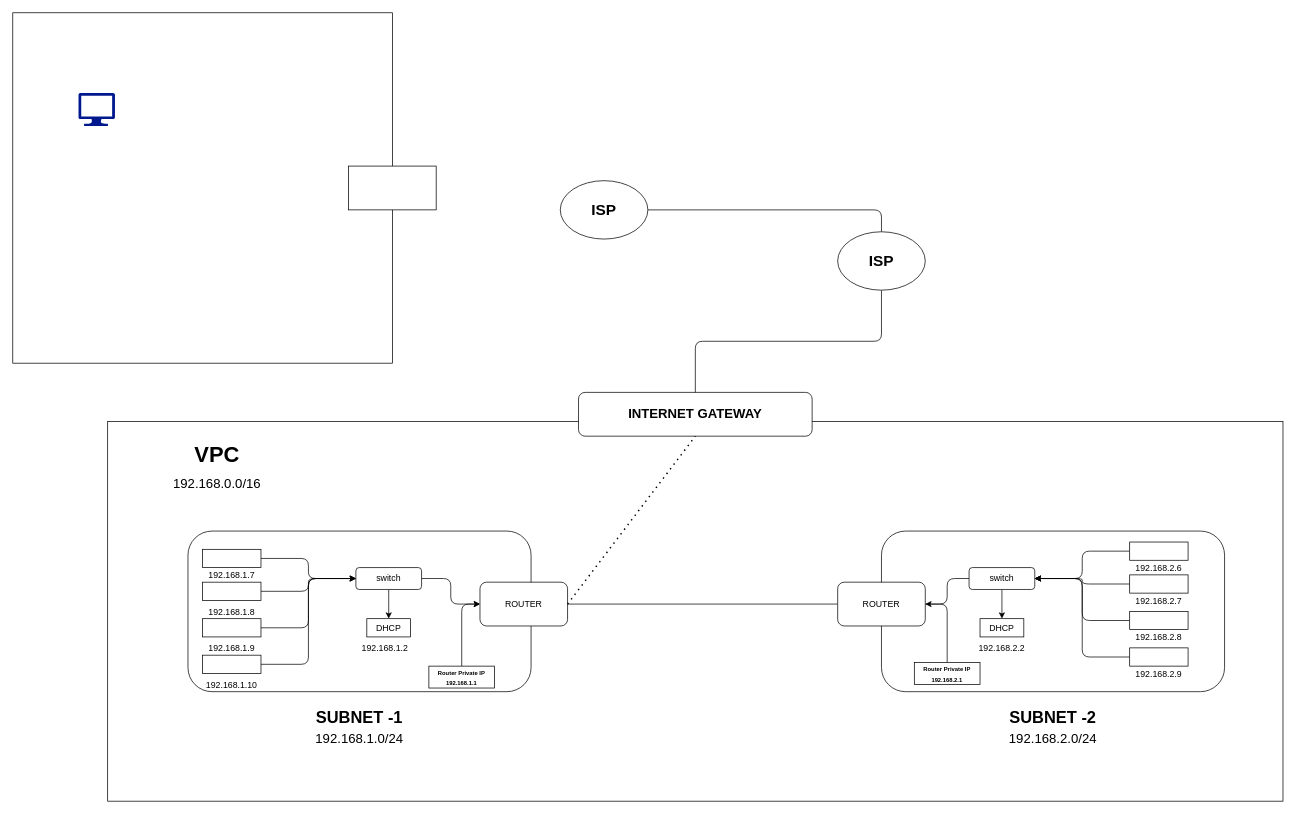
Earlier version of the draw.io diagram Untitled Diagram.drawio (ashishworkspace/aws-diagram). Source tidied: cells renumbered, new cells numbered last; positions are measured from the earlier drawing's top-left corner, leaving out a move shared by most shapes. Both pictures are drawn from the tidied source at 73%, with x=0, y=0 at pixel (12, 12).
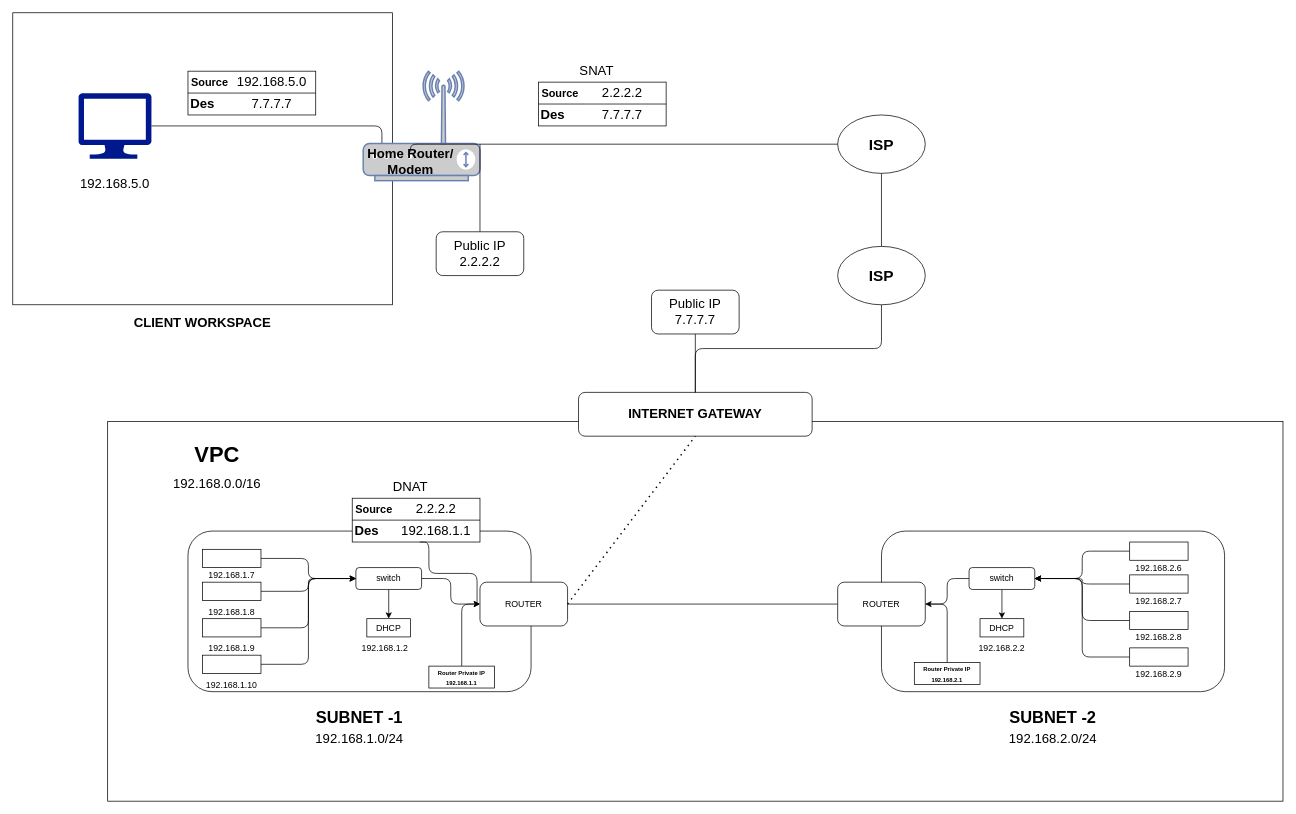
The same diagram, later.

Unchanged cells that the change refers to:
```xml
<mxCell id="46" value="&lt;h2&gt;&lt;font style=&quot;font-size: 18px&quot;&gt;INTERNET GATEWAY&lt;/font&gt;&lt;/h2&gt;" style="rounded=1;whiteSpace=wrap;html=1;fontSize=8;" parent="1" vertex="1">
  <mxGeometry x="775" y="520" width="320" height="60" as="geometry" />
</mxCell>
```

Diff of the diagram source:
```diff
@@
-    <mxCell id="55" style="edgeStyle=orthogonalEdgeStyle;rounded=1;jettySize=auto;html=1;exitX=0.5;exitY=0;exitDx=0;exitDy=0;entryX=1;entryY=0.5;entryDx=0;entryDy=0;fontSize=18;endArrow=none;endFill=0;" parent="1" edge="1" source="56" target="57">
-      <mxGeometry relative="1" as="geometry" />
+    <mxCell id="55" style="edgeStyle=orthogonalEdgeStyle;rounded=1;jettySize=auto;html=1;exitX=0.5;exitY=0;exitDx=0;exitDy=0;entryX=0.5;entryY=1;entryDx=0;entryDy=0;fontSize=18;endArrow=none;endFill=0;" parent="1" edge="1" source="56" target="57">
+      <mxGeometry relative="1" as="geometry">
+        <Array as="points">
+          <mxPoint x="1190" y="160" />
+        </Array>
+      </mxGeometry>
     </mxCell>
     <mxCell id="56" value="&lt;h3&gt;ISP&lt;/h3&gt;" style="ellipse;whiteSpace=wrap;html=1;fontSize=18;" parent="1" vertex="1">
-      <mxGeometry x="1130" y="300" width="120" height="80" as="geometry" />
+      <mxGeometry x="1130" y="320" width="120" height="80" as="geometry" />
     </mxCell>
     <mxCell id="57" value="&lt;h3&gt;ISP&lt;/h3&gt;" style="ellipse;whiteSpace=wrap;html=1;fontSize=18;" parent="1" vertex="1">
-      <mxGeometry x="750" y="230" width="120" height="80" as="geometry" />
+      <mxGeometry x="1130" y="140" width="120" height="80" as="geometry" />
     </mxCell>
     <mxCell id="58" style="rounded=0;whiteSpace=wrap;html=1;fontSize=18;" parent="1" vertex="1">
-      <mxGeometry width="520" height="480" as="geometry" />
+      <mxGeometry width="520" height="400" as="geometry" />
     </mxCell>
+    <mxCell id="61" style="edgeStyle=orthogonalEdgeStyle;rounded=1;jettySize=auto;html=1;exitX=1;exitY=0.5;exitDx=0;exitDy=0;exitPerimeter=0;entryX=0.329;entryY=0.021;entryDx=0;entryDy=0;entryPerimeter=0;fontSize=18;endArrow=none;endFill=0;" parent="1" edge="1" source="59" target="64">
+      <mxGeometry relative="1" as="geometry" />
+    </mxCell>
     <mxCell id="59" style="sketch=0;shadow=0;dashed=0;html=1;strokeColor=none;labelPosition=center;verticalLabelPosition=bottom;verticalAlign=top;align=center;fillColor=#00188D;shape=mxgraph.azure.computer;fontSize=18;" parent="1" vertex="1">
-      <mxGeometry x="90" y="110" width="50" height="45" as="geometry" />
+      <mxGeometry x="90" y="110" width="100" height="90" as="geometry" />
     </mxCell>
-    <mxCell id="60" style="rounded=0;whiteSpace=wrap;html=1;fontSize=18;" parent="1" vertex="1">
-      <mxGeometry x="460" y="210" width="120" height="60" as="geometry" />
-    </mxCell>
+    <mxCell id="62" style="fontColor=#0066CC;verticalAlign=top;verticalLabelPosition=bottom;labelPosition=center;align=center;html=1;fillColor=#CCCCCC;strokeColor=#6881B3;gradientColor=none;gradientDirection=north;strokeWidth=2;shape=mxgraph.networks.wireless_modem;fontSize=18;" parent="1" vertex="1">
+      <mxGeometry x="480" y="80" width="160" height="150" as="geometry" />
+    </mxCell>
+    <mxCell id="63" style="edgeStyle=orthogonalEdgeStyle;rounded=1;jettySize=auto;html=1;entryX=0;entryY=0.5;entryDx=0;entryDy=0;fontSize=18;endArrow=none;endFill=0;exitX=0.5;exitY=0;exitDx=0;exitDy=0;" parent="1" edge="1" source="64" target="57">
+      <mxGeometry relative="1" as="geometry">
+        <Array as="points">
+          <mxPoint x="545" y="180" />
+        </Array>
+      </mxGeometry>
+    </mxCell>
+    <mxCell id="64" value="&lt;b&gt;Home Router/&lt;br&gt;Modem&lt;/b&gt;" style="text;html=1;strokeColor=none;fillColor=none;align=center;verticalAlign=middle;whiteSpace=wrap;rounded=0;fontSize=18;" parent="1" vertex="1">
+      <mxGeometry x="430" y="190" width="230" height="30" as="geometry" />
+    </mxCell>
+    <mxCell id="65" style="edgeStyle=orthogonalEdgeStyle;rounded=1;jettySize=auto;html=1;exitX=0.5;exitY=0;exitDx=0;exitDy=0;fontSize=18;endArrow=none;endFill=0;" parent="1" edge="1" source="66">
+      <mxGeometry relative="1" as="geometry">
+        <mxPoint x="640" y="180" as="targetPoint" />
+      </mxGeometry>
+    </mxCell>
+    <mxCell id="66" value="Public IP&lt;br&gt;2.2.2.2" style="rounded=1;whiteSpace=wrap;html=1;fontSize=18;" parent="1" vertex="1">
+      <mxGeometry x="580" y="300" width="120" height="60" as="geometry" />
+    </mxCell>
+    <mxCell id="67" style="edgeStyle=orthogonalEdgeStyle;rounded=1;jettySize=auto;html=1;exitX=0.5;exitY=1;exitDx=0;exitDy=0;entryX=0.5;entryY=0;entryDx=0;entryDy=0;fontSize=18;endArrow=none;endFill=0;" parent="1" edge="1" source="68" target="46">
+      <mxGeometry relative="1" as="geometry" />
+    </mxCell>
+    <mxCell id="68" value="Public IP&lt;br&gt;7.7.7.7" style="rounded=1;whiteSpace=wrap;html=1;fontSize=18;" parent="1" vertex="1">
+      <mxGeometry x="875" y="380" width="120" height="60" as="geometry" />
+    </mxCell>
+    <mxCell id="69" value="&lt;b&gt;CLIENT WORKSPACE&lt;/b&gt;" style="text;html=1;strokeColor=none;fillColor=none;align=center;verticalAlign=middle;whiteSpace=wrap;rounded=0;fontSize=18;" parent="1" vertex="1">
+      <mxGeometry x="155" y="410" width="210" height="30" as="geometry" />
+    </mxCell>
+    <mxCell id="70" style="rounded=0;whiteSpace=wrap;html=1;fontSize=18;" parent="1" vertex="1">
+      <mxGeometry x="240" y="80" width="175" height="60" as="geometry" />
+    </mxCell>
+    <mxCell id="71" style="edgeStyle=orthogonalEdgeStyle;rounded=1;orthogonalLoop=1;jettySize=auto;html=1;exitX=0;exitY=0.5;exitDx=0;exitDy=0;entryX=1;entryY=0.5;entryDx=0;entryDy=0;fontSize=18;endArrow=none;endFill=0;" parent="1" edge="1" source="70" target="70">
+      <mxGeometry relative="1" as="geometry">
+        <Array as="points">
+          <mxPoint x="320" y="110" />
+          <mxPoint x="320" y="110" />
+        </Array>
+      </mxGeometry>
+    </mxCell>
+    <mxCell id="72" value="&lt;h5&gt;Source&lt;/h5&gt;" style="text;html=1;strokeColor=none;fillColor=none;align=center;verticalAlign=middle;whiteSpace=wrap;rounded=0;fontSize=18;" parent="1" vertex="1">
+      <mxGeometry x="240" y="80" width="60" height="30" as="geometry" />
+    </mxCell>
+    <mxCell id="73" value="&lt;h4&gt;Des&lt;/h4&gt;" style="text;html=1;strokeColor=none;fillColor=none;align=center;verticalAlign=middle;whiteSpace=wrap;rounded=0;fontSize=18;" parent="1" vertex="1">
+      <mxGeometry x="230" y="110" width="60" height="30" as="geometry" />
+    </mxCell>
+    <mxCell id="74" value="192.168.5.0" style="text;html=1;strokeColor=none;fillColor=none;align=center;verticalAlign=middle;whiteSpace=wrap;rounded=0;fontSize=18;" parent="1" vertex="1">
+      <mxGeometry x="325" y="80" width="60" height="30" as="geometry" />
+    </mxCell>
+    <mxCell id="75" value="192.168.5.0" style="text;html=1;strokeColor=none;fillColor=none;align=center;verticalAlign=middle;whiteSpace=wrap;rounded=0;fontSize=18;" parent="1" vertex="1">
+      <mxGeometry x="110" y="220" width="60" height="30" as="geometry" />
+    </mxCell>
+    <mxCell id="76" value="7.7.7.7" style="text;html=1;strokeColor=none;fillColor=none;align=center;verticalAlign=middle;whiteSpace=wrap;rounded=0;fontSize=18;" parent="1" vertex="1">
+      <mxGeometry x="310" y="110" width="90" height="30" as="geometry" />
+    </mxCell>
+    <mxCell id="77" style="rounded=0;whiteSpace=wrap;html=1;fontSize=18;" parent="1" vertex="1">
+      <mxGeometry x="720" y="95" width="175" height="60" as="geometry" />
+    </mxCell>
+    <mxCell id="78" style="edgeStyle=orthogonalEdgeStyle;rounded=1;orthogonalLoop=1;jettySize=auto;html=1;exitX=0;exitY=0.5;exitDx=0;exitDy=0;entryX=1;entryY=0.5;entryDx=0;entryDy=0;fontSize=18;endArrow=none;endFill=0;" parent="1" edge="1" source="77" target="77">
+      <mxGeometry relative="1" as="geometry">
+        <Array as="points">
+          <mxPoint x="800" y="125" />
+          <mxPoint x="800" y="125" />
+        </Array>
+      </mxGeometry>
+    </mxCell>
+    <mxCell id="79" value="&lt;h5&gt;Source&lt;/h5&gt;" style="text;html=1;strokeColor=none;fillColor=none;align=center;verticalAlign=middle;whiteSpace=wrap;rounded=0;fontSize=18;" parent="1" vertex="1">
+      <mxGeometry x="720" y="95" width="60" height="30" as="geometry" />
+    </mxCell>
+    <mxCell id="80" value="&lt;h4&gt;Des&lt;/h4&gt;" style="text;html=1;strokeColor=none;fillColor=none;align=center;verticalAlign=middle;whiteSpace=wrap;rounded=0;fontSize=18;" parent="1" vertex="1">
+      <mxGeometry x="710" y="125" width="60" height="30" as="geometry" />
+    </mxCell>
+    <mxCell id="81" value="2.2.2.2" style="text;html=1;strokeColor=none;fillColor=none;align=center;verticalAlign=middle;whiteSpace=wrap;rounded=0;fontSize=18;" parent="1" vertex="1">
+      <mxGeometry x="805" y="95" width="60" height="30" as="geometry" />
+    </mxCell>
+    <mxCell id="82" value="7.7.7.7" style="text;html=1;strokeColor=none;fillColor=none;align=center;verticalAlign=middle;whiteSpace=wrap;rounded=0;fontSize=18;" parent="1" vertex="1">
+      <mxGeometry x="790" y="125" width="90" height="30" as="geometry" />
+    </mxCell>
+    <mxCell id="83" value="SNAT" style="text;html=1;strokeColor=none;fillColor=none;align=center;verticalAlign=middle;whiteSpace=wrap;rounded=0;fontSize=18;" parent="1" vertex="1">
+      <mxGeometry x="770" y="65" width="60" height="30" as="geometry" />
+    </mxCell>
+    <mxCell id="84" style="rounded=0;whiteSpace=wrap;html=1;fontSize=18;" parent="1" vertex="1">
+      <mxGeometry x="465" y="665" width="175" height="60" as="geometry" />
+    </mxCell>
+    <mxCell id="85" style="edgeStyle=orthogonalEdgeStyle;rounded=1;orthogonalLoop=1;jettySize=auto;html=1;exitX=0;exitY=0.5;exitDx=0;exitDy=0;entryX=1;entryY=0.5;entryDx=0;entryDy=0;fontSize=18;endArrow=none;endFill=0;" parent="1" edge="1" source="84" target="84">
+      <mxGeometry relative="1" as="geometry">
+        <Array as="points">
+          <mxPoint x="545" y="695" />
+          <mxPoint x="545" y="695" />
+        </Array>
+      </mxGeometry>
+    </mxCell>
+    <mxCell id="86" value="&lt;h5&gt;Source&lt;/h5&gt;" style="text;html=1;strokeColor=none;fillColor=none;align=center;verticalAlign=middle;whiteSpace=wrap;rounded=0;fontSize=18;" parent="1" vertex="1">
+      <mxGeometry x="465" y="665" width="60" height="30" as="geometry" />
+    </mxCell>
+    <mxCell id="87" value="&lt;h4&gt;Des&lt;/h4&gt;" style="text;html=1;strokeColor=none;fillColor=none;align=center;verticalAlign=middle;whiteSpace=wrap;rounded=0;fontSize=18;" parent="1" vertex="1">
+      <mxGeometry x="455" y="695" width="60" height="30" as="geometry" />
+    </mxCell>
+    <mxCell id="88" value="2.2.2.2" style="text;html=1;strokeColor=none;fillColor=none;align=center;verticalAlign=middle;whiteSpace=wrap;rounded=0;fontSize=18;" parent="1" vertex="1">
+      <mxGeometry x="550" y="665" width="60" height="30" as="geometry" />
+    </mxCell>
+    <mxCell id="89" style="edgeStyle=orthogonalEdgeStyle;rounded=1;jettySize=auto;html=1;exitX=0.25;exitY=1;exitDx=0;exitDy=0;fontSize=18;endArrow=none;endFill=0;strokeWidth=1;" parent="1" edge="1" source="90">
+      <mxGeometry relative="1" as="geometry">
+        <mxPoint x="636" y="810" as="targetPoint" />
+        <Array as="points">
+          <mxPoint x="570" y="725" />
+          <mxPoint x="570" y="768" />
+          <mxPoint x="636" y="768" />
+        </Array>
+      </mxGeometry>
+    </mxCell>
+    <mxCell id="90" value="192.168.1.1" style="text;html=1;strokeColor=none;fillColor=none;align=center;verticalAlign=middle;whiteSpace=wrap;rounded=0;fontSize=18;" parent="1" vertex="1">
+      <mxGeometry x="535" y="695" width="90" height="30" as="geometry" />
+    </mxCell>
+    <mxCell id="91" value="DNAT" style="text;html=1;strokeColor=none;fillColor=none;align=center;verticalAlign=middle;whiteSpace=wrap;rounded=0;fontSize=18;" parent="1" vertex="1">
+      <mxGeometry x="515" y="635" width="60" height="30" as="geometry" />
+    </mxCell>
```
